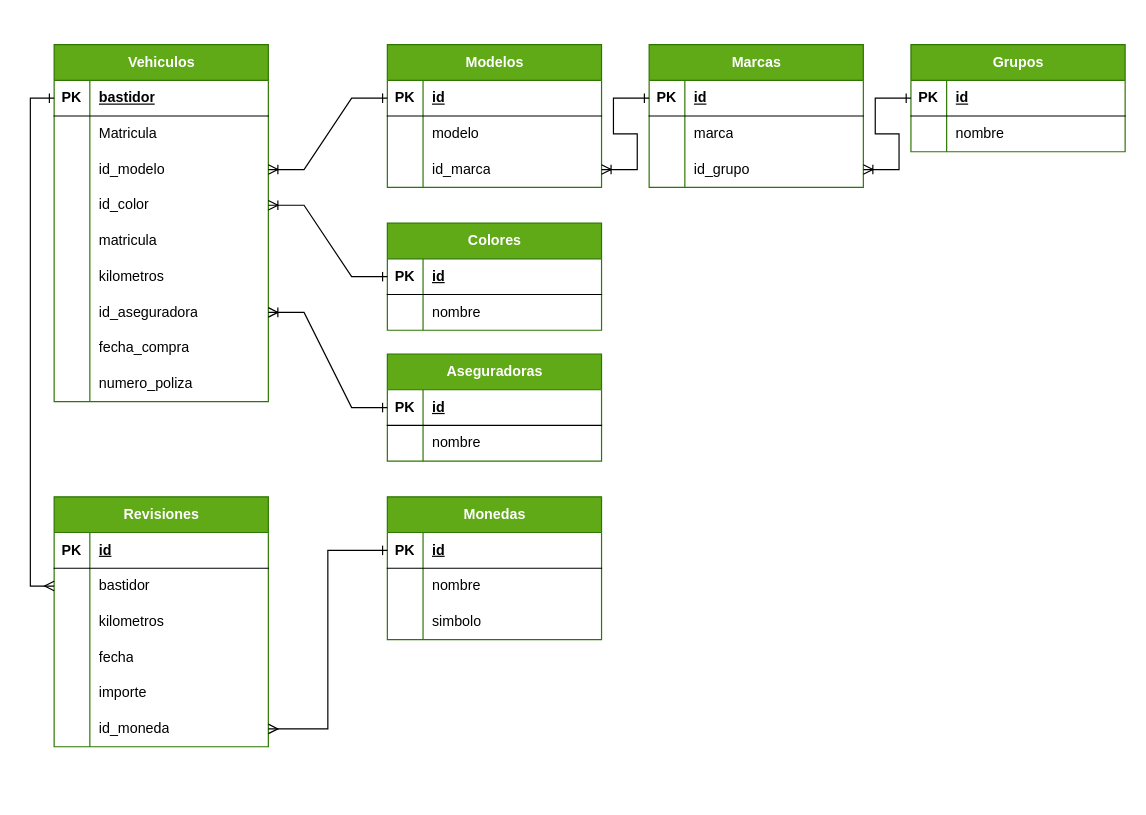
The draw.io diagram modelado.drawio in alextaboada/keepcoding-sql, before the edit. Source tidied: cells renumbered, new cells numbered last; positions are measured from the earlier drawing's top-left corner, leaving out a move shared by most shapes. Both pictures are drawn from the tidied source at 119%, with x=0, y=0 at pixel (54, 44).
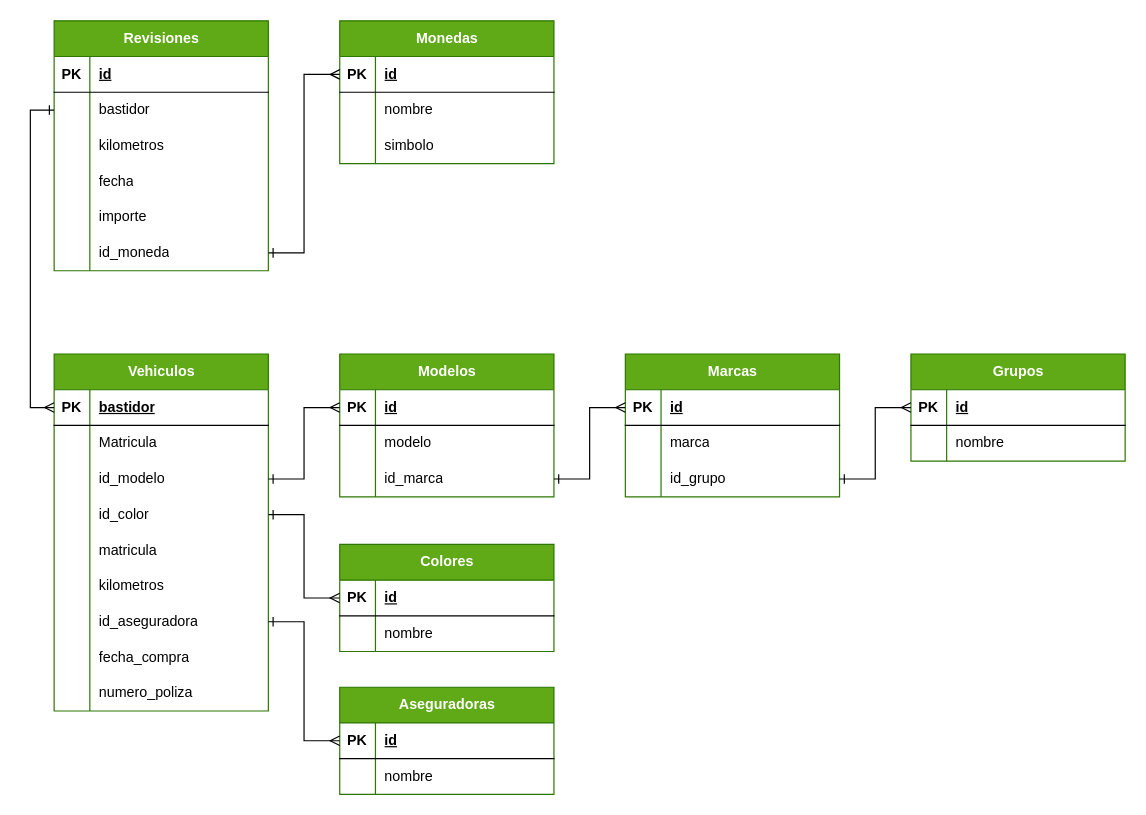
The same diagram, later.

Commit message:
FIX: fixed relation on model

Unchanged cells that the change refers to:
```xml
<mxCell id="3" style="shape=tableRow;horizontal=0;startSize=0;swimlaneHead=0;swimlaneBody=0;fillColor=none;points=[[0,0.5],[1,0.5]];portConstraint=eastwest;top=0;left=0;right=0;bottom=1;" parent="2" vertex="1">
  <mxGeometry y="30" width="180" height="30" as="geometry" />
</mxCell>
<mxCell id="9" style="shape=tableRow;horizontal=0;startSize=0;swimlaneHead=0;swimlaneBody=0;fillColor=none;points=[[0,0.5],[1,0.5]];portConstraint=eastwest;top=0;left=0;right=0;bottom=0;" parent="2" vertex="1">
  <mxGeometry y="90" width="180" height="30" as="geometry" />
</mxCell>
<mxCell id="12" style="shape=tableRow;horizontal=0;startSize=0;swimlaneHead=0;swimlaneBody=0;fillColor=none;points=[[0,0.5],[1,0.5]];portConstraint=eastwest;top=0;left=0;right=0;bottom=0;" parent="2" vertex="1">
  <mxGeometry y="120" width="180" height="30" as="geometry" />
</mxCell>
<mxCell id="21" style="shape=tableRow;horizontal=0;startSize=0;swimlaneHead=0;swimlaneBody=0;fillColor=none;points=[[0,0.5],[1,0.5]];portConstraint=eastwest;top=0;left=0;right=0;bottom=0;" parent="2" vertex="1">
  <mxGeometry y="210" width="180" height="30" as="geometry" />
</mxCell>
<mxCell id="31" style="shape=tableRow;horizontal=0;startSize=0;swimlaneHead=0;swimlaneBody=0;fillColor=none;points=[[0,0.5],[1,0.5]];portConstraint=eastwest;top=0;left=0;right=0;bottom=1;" parent="30" vertex="1">
  <mxGeometry y="30" width="180" height="30" as="geometry" />
</mxCell>
<mxCell id="37" style="shape=tableRow;horizontal=0;startSize=0;swimlaneHead=0;swimlaneBody=0;fillColor=none;points=[[0,0.5],[1,0.5]];portConstraint=eastwest;top=0;left=0;right=0;bottom=0;" parent="30" vertex="1">
  <mxGeometry y="90" width="180" height="30" as="geometry" />
</mxCell>
<mxCell id="41" style="shape=tableRow;horizontal=0;startSize=0;swimlaneHead=0;swimlaneBody=0;fillColor=none;points=[[0,0.5],[1,0.5]];portConstraint=eastwest;top=0;left=0;right=0;bottom=1;" parent="40" vertex="1">
  <mxGeometry y="30" width="180" height="30" as="geometry" />
</mxCell>
<mxCell id="48" style="shape=tableRow;horizontal=0;startSize=0;swimlaneHead=0;swimlaneBody=0;fillColor=none;points=[[0,0.5],[1,0.5]];portConstraint=eastwest;top=0;left=0;right=0;bottom=1;" parent="47" vertex="1">
  <mxGeometry y="30" width="180" height="30" as="geometry" />
</mxCell>
<mxCell id="54" style="shape=tableRow;horizontal=0;startSize=0;swimlaneHead=0;swimlaneBody=0;fillColor=none;points=[[0,0.5],[1,0.5]];portConstraint=eastwest;top=0;left=0;right=0;bottom=0;" parent="47" vertex="1">
  <mxGeometry y="90" width="180" height="30" as="geometry" />
</mxCell>
<mxCell id="61" style="shape=tableRow;horizontal=0;startSize=0;swimlaneHead=0;swimlaneBody=0;fillColor=none;points=[[0,0.5],[1,0.5]];portConstraint=eastwest;top=0;left=0;right=0;bottom=1;" parent="60" vertex="1">
  <mxGeometry y="30" width="180" height="30" as="geometry" />
</mxCell>
<mxCell id="69" style="shape=tableRow;horizontal=0;startSize=0;swimlaneHead=0;swimlaneBody=0;fillColor=none;points=[[0,0.5],[1,0.5]];portConstraint=eastwest;top=0;left=0;right=0;bottom=1;" parent="68" vertex="1">
  <mxGeometry y="30" width="180" height="30" as="geometry" />
</mxCell>
<mxCell id="80" style="shape=tableRow;horizontal=0;startSize=0;swimlaneHead=0;swimlaneBody=0;fillColor=none;points=[[0,0.5],[1,0.5]];portConstraint=eastwest;top=0;left=0;right=0;bottom=0;" parent="76" vertex="1">
  <mxGeometry y="60" width="180" height="30" as="geometry" />
</mxCell>
<mxCell id="92" style="shape=tableRow;horizontal=0;startSize=0;swimlaneHead=0;swimlaneBody=0;fillColor=none;points=[[0,0.5],[1,0.5]];portConstraint=eastwest;top=0;left=0;right=0;bottom=0;" parent="76" vertex="1">
  <mxGeometry y="180" width="180" height="30" as="geometry" />
</mxCell>
<mxCell id="97" style="shape=tableRow;horizontal=0;startSize=0;swimlaneHead=0;swimlaneBody=0;fillColor=none;points=[[0,0.5],[1,0.5]];portConstraint=eastwest;top=0;left=0;right=0;bottom=1;" parent="96" vertex="1">
  <mxGeometry y="30" width="180" height="30" as="geometry" />
</mxCell>
```

Change to the diagram source:
```diff
@@
     <mxCell id="2" value="Vehiculos" style="shape=table;startSize=30;childLayout=tableLayout;rowLines=0;fontStyle=1;align=center;html=1;fillColor=#60a917;fontColor=#ffffff;strokeColor=#2D7600;" parent="1" vertex="1">
-      <mxGeometry width="180" height="300" as="geometry" />
+      <mxGeometry y="260" width="180" height="300" as="geometry" />
     </mxCell>
@@
     <mxCell id="30" value="Marcas" style="shape=table;startSize=30;childLayout=tableLayout;rowLines=0;fontStyle=1;align=center;html=1;fillColor=#60a917;fontColor=#ffffff;strokeColor=#2D7600;" parent="1" vertex="1">
-      <mxGeometry x="500" width="180" height="120" as="geometry" />
+      <mxGeometry x="480" y="260" width="180" height="120" as="geometry" />
     </mxCell>
@@
     <mxCell id="40" value="Grupos" style="shape=table;startSize=30;childLayout=tableLayout;rowLines=0;fontStyle=1;align=center;html=1;fillColor=#60a917;fontColor=#ffffff;strokeColor=#2D7600;" parent="1" vertex="1">
-      <mxGeometry x="720" width="180" height="90" as="geometry" />
+      <mxGeometry x="720" y="260" width="180" height="90" as="geometry" />
     </mxCell>
@@
     <mxCell id="47" value="Modelos" style="shape=table;startSize=30;childLayout=tableLayout;rowLines=0;fontStyle=1;align=center;html=1;fillColor=#60a917;fontColor=#ffffff;strokeColor=#2D7600;" parent="1" vertex="1">
-      <mxGeometry x="280" width="180" height="120" as="geometry" />
+      <mxGeometry x="240" y="260" width="180" height="120" as="geometry" />
     </mxCell>
@@
-    <mxCell id="57" style="edgeStyle=entityRelationEdgeStyle;fontSize=12;html=1;endArrow=ERoneToMany;rounded=0;exitX=0;exitY=0.5;exitDx=0;exitDy=0;entryX=1;entryY=0.5;entryDx=0;entryDy=0;startArrow=ERone;startFill=0;" parent="1" edge="1" source="41" target="37">
-      <mxGeometry relative="1" as="geometry" />
-    </mxCell>
-    <mxCell id="58" style="edgeStyle=entityRelationEdgeStyle;fontSize=12;html=1;endArrow=ERoneToMany;rounded=0;exitX=0;exitY=0.5;exitDx=0;exitDy=0;entryX=1;entryY=0.5;entryDx=0;entryDy=0;startArrow=ERone;startFill=0;" parent="1" edge="1" source="31" target="54">
-      <mxGeometry relative="1" as="geometry" />
-    </mxCell>
-    <mxCell id="59" style="edgeStyle=entityRelationEdgeStyle;fontSize=12;html=1;endArrow=ERoneToMany;rounded=0;exitX=0;exitY=0.5;exitDx=0;exitDy=0;entryX=1;entryY=0.5;entryDx=0;entryDy=0;startArrow=ERone;startFill=0;" parent="1" edge="1" source="48" target="9">
-      <mxGeometry relative="1" as="geometry" />
-    </mxCell>
     <mxCell id="60" value="Colores" style="shape=table;startSize=30;childLayout=tableLayout;rowLines=0;fontStyle=1;align=center;html=1;fillColor=#60a917;fontColor=#ffffff;strokeColor=#2D7600;" parent="1" vertex="1">
-      <mxGeometry x="280" y="150" width="180" height="90" as="geometry" />
+      <mxGeometry x="240" y="420" width="180" height="90" as="geometry" />
     </mxCell>
@@
-    <mxCell id="67" style="edgeStyle=entityRelationEdgeStyle;fontSize=12;html=1;endArrow=ERoneToMany;rounded=0;exitX=0;exitY=0.5;exitDx=0;exitDy=0;entryX=1;entryY=0.5;entryDx=0;entryDy=0;startArrow=ERone;startFill=0;" parent="1" edge="1" source="61" target="12">
-      <mxGeometry relative="1" as="geometry" />
-    </mxCell>
     <mxCell id="68" value="Aseguradoras" style="shape=table;startSize=30;childLayout=tableLayout;rowLines=0;fontStyle=1;align=center;html=1;fillColor=#60a917;fontColor=#ffffff;strokeColor=#2D7600;" parent="1" vertex="1">
-      <mxGeometry x="280" y="260" width="180" height="90" as="geometry" />
+      <mxGeometry x="240" y="540" width="180" height="90" as="geometry" />
     </mxCell>
@@
-    <mxCell id="75" style="edgeStyle=entityRelationEdgeStyle;fontSize=12;html=1;endArrow=ERoneToMany;rounded=0;exitX=0;exitY=0.5;exitDx=0;exitDy=0;entryX=1;entryY=0.5;entryDx=0;entryDy=0;startArrow=ERone;startFill=0;" parent="1" edge="1" source="69" target="21">
-      <mxGeometry relative="1" as="geometry" />
-    </mxCell>
     <mxCell id="76" value="Revisiones" style="shape=table;startSize=30;childLayout=tableLayout;rowLines=0;fontStyle=1;align=center;html=1;fillColor=#60a917;fontColor=#ffffff;strokeColor=#2D7600;" parent="1" vertex="1">
-      <mxGeometry y="380" width="180" height="210" as="geometry" />
+      <mxGeometry y="-20" width="180" height="210" as="geometry" />
     </mxCell>
@@
-    <mxCell id="95" style="edgeStyle=orthogonalEdgeStyle;rounded=0;jettySize=auto;html=1;exitX=0;exitY=0.5;exitDx=0;exitDy=0;entryX=0;entryY=0.5;entryDx=0;entryDy=0;endArrow=ERmany;endFill=0;startArrow=ERone;startFill=0;" parent="1" edge="1" source="3" target="80">
-      <mxGeometry relative="1" as="geometry" />
-    </mxCell>
     <mxCell id="96" value="Monedas" style="shape=table;startSize=30;childLayout=tableLayout;rowLines=0;fontStyle=1;align=center;html=1;fillColor=#60a917;fontColor=#ffffff;strokeColor=#2D7600;" parent="1" vertex="1">
-      <mxGeometry x="280" y="380" width="180" height="120" as="geometry" />
+      <mxGeometry x="240" y="-20" width="180" height="120" as="geometry" />
     </mxCell>
@@
-    <mxCell id="106" style="edgeStyle=orthogonalEdgeStyle;rounded=0;jettySize=auto;html=1;exitX=0;exitY=0.5;exitDx=0;exitDy=0;entryX=1;entryY=0.5;entryDx=0;entryDy=0;endArrow=ERmany;endFill=0;startArrow=ERone;startFill=0;" parent="1" edge="1" source="97" target="92">
-      <mxGeometry relative="1" as="geometry" />
-    </mxCell>
+    <mxCell id="107" style="edgeStyle=orthogonalEdgeStyle;rounded=0;jettySize=auto;html=1;exitX=1;exitY=0.5;exitDx=0;exitDy=0;entryX=0;entryY=0.5;entryDx=0;entryDy=0;endArrow=ERmany;endFill=0;startArrow=ERone;startFill=0;" parent="1" edge="1" source="9" target="48">
+      <mxGeometry relative="1" as="geometry" />
+    </mxCell>
+    <mxCell id="108" style="edgeStyle=orthogonalEdgeStyle;rounded=0;jettySize=auto;html=1;exitX=1;exitY=0.5;exitDx=0;exitDy=0;entryX=0;entryY=0.5;entryDx=0;entryDy=0;startArrow=ERone;startFill=0;endArrow=ERmany;endFill=0;" parent="1" edge="1" source="12" target="61">
+      <mxGeometry relative="1" as="geometry" />
+    </mxCell>
+    <mxCell id="109" style="edgeStyle=orthogonalEdgeStyle;rounded=0;jettySize=auto;html=1;exitX=1;exitY=0.5;exitDx=0;exitDy=0;entryX=0;entryY=0.5;entryDx=0;entryDy=0;startArrow=ERone;startFill=0;endArrow=ERmany;endFill=0;" parent="1" edge="1" source="21" target="69">
+      <mxGeometry relative="1" as="geometry" />
+    </mxCell>
+    <mxCell id="110" style="edgeStyle=orthogonalEdgeStyle;rounded=0;jettySize=auto;html=1;exitX=1;exitY=0.5;exitDx=0;exitDy=0;entryX=0;entryY=0.5;entryDx=0;entryDy=0;startArrow=ERone;startFill=0;endArrow=ERmany;endFill=0;" parent="1" edge="1" source="54" target="31">
+      <mxGeometry relative="1" as="geometry" />
+    </mxCell>
+    <mxCell id="111" style="edgeStyle=orthogonalEdgeStyle;rounded=0;jettySize=auto;html=1;exitX=1;exitY=0.5;exitDx=0;exitDy=0;entryX=0;entryY=0.5;entryDx=0;entryDy=0;startArrow=ERone;startFill=0;endArrow=ERmany;endFill=0;" parent="1" edge="1" source="37" target="41">
+      <mxGeometry relative="1" as="geometry" />
+    </mxCell>
+    <mxCell id="112" style="edgeStyle=orthogonalEdgeStyle;rounded=0;jettySize=auto;html=1;exitX=1;exitY=0.5;exitDx=0;exitDy=0;entryX=0;entryY=0.5;entryDx=0;entryDy=0;startArrow=ERone;startFill=0;endArrow=ERmany;endFill=0;" parent="1" edge="1" source="92" target="97">
+      <mxGeometry relative="1" as="geometry" />
+    </mxCell>
+    <mxCell id="113" style="edgeStyle=orthogonalEdgeStyle;rounded=0;jettySize=auto;html=1;exitX=0;exitY=0.5;exitDx=0;exitDy=0;entryX=0;entryY=0.5;entryDx=0;entryDy=0;startArrow=ERone;startFill=0;endArrow=ERmany;endFill=0;" parent="1" edge="1" source="80" target="3">
+      <mxGeometry relative="1" as="geometry" />
+    </mxCell>
```
